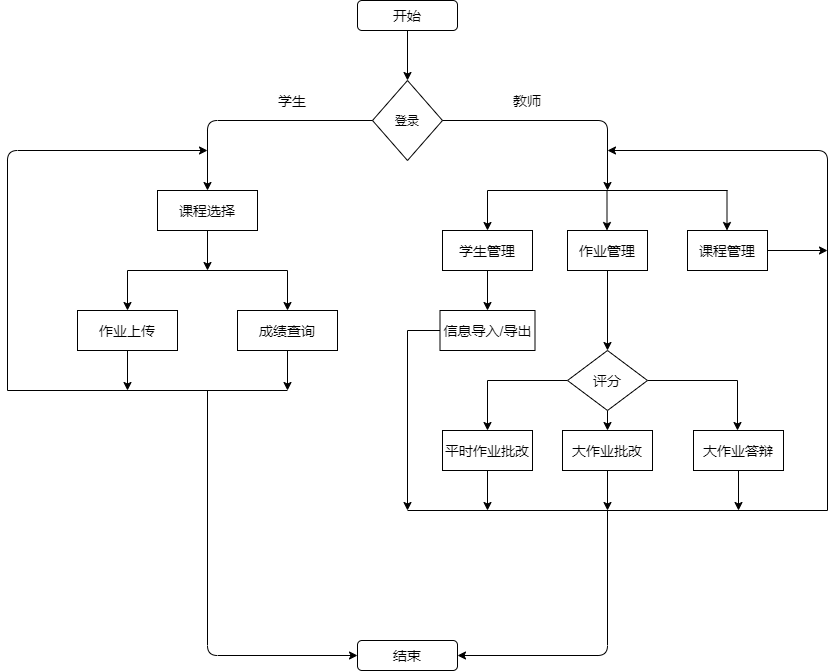
Before: flowchart.png, a diagram exported from draw.io (TouchFishBoys/WorkManagerServerJ). Source tidied: cells renumbered, new cells last; positions are measured from the earlier drawing's top-left corner, leaving out a move shared by most shapes.
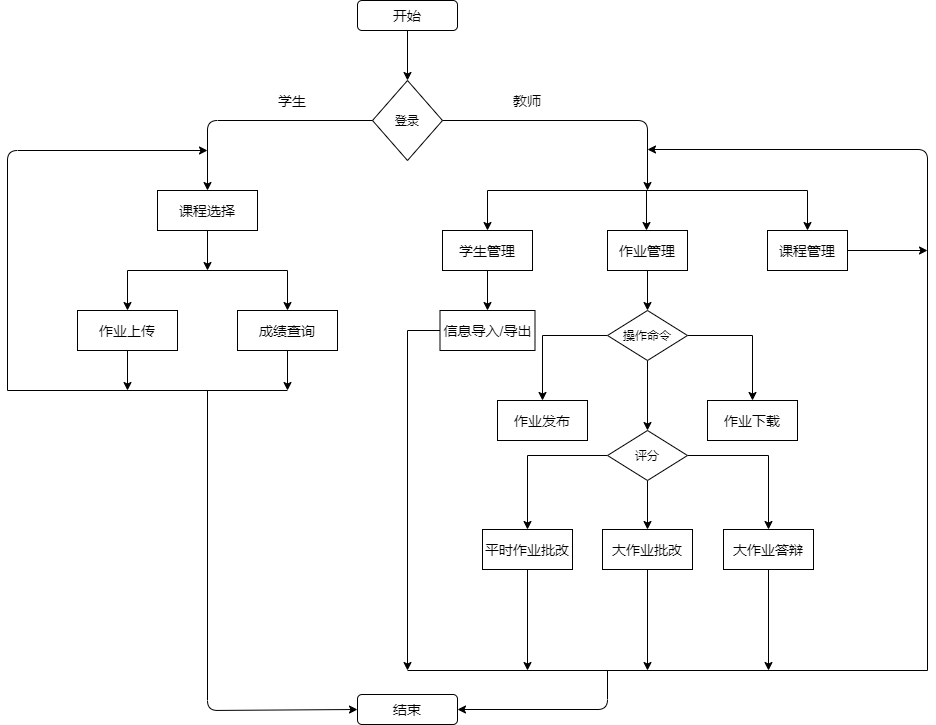
After the change.

Commit message:
update flow chart

Change to the diagram source:
```diff
@@ -20,9 +20,9 @@
     </mxCell>
     <mxCell id="5" style="endArrow=classic;html=1;exitX=1;exitY=0.5;exitDx=0;exitDy=0;" parent="1" edge="1" source="2">
       <mxGeometry relative="1" as="geometry">
-        <mxPoint x="600" y="190" as="targetPoint" />
+        <mxPoint x="640" y="190" as="targetPoint" />
         <Array as="points">
-          <mxPoint x="600" y="120" />
+          <mxPoint x="640" y="120" />
         </Array>
       </mxGeometry>
     </mxCell>
@@ -38,22 +38,22 @@
     <mxCell id="9" style="endArrow=none;html=1;fontSize=14;" parent="1" edge="1">
       <mxGeometry relative="1" as="geometry">
         <mxPoint x="480" y="190" as="sourcePoint" />
-        <mxPoint x="720" y="190" as="targetPoint" />
+        <mxPoint x="800" y="190" as="targetPoint" />
       </mxGeometry>
     </mxCell>
     <mxCell id="10" value="学生管理" style="rounded=0;whiteSpace=wrap;html=1;strokeColor=#000000;fillColor=#FFFFFF;fontSize=14;" parent="1" vertex="1">
       <mxGeometry x="435" y="230" width="90" height="40" as="geometry" />
     </mxCell>
     <mxCell id="11" value="作业管理" style="rounded=0;whiteSpace=wrap;html=1;strokeColor=#000000;fillColor=#FFFFFF;fontSize=14;" parent="1" vertex="1">
-      <mxGeometry x="560" y="230" width="80" height="40" as="geometry" />
+      <mxGeometry x="600" y="230" width="80" height="40" as="geometry" />
     </mxCell>
-    <mxCell id="12" style="edgeStyle=orthogonalEdgeStyle;rounded=0;jettySize=auto;html=1;exitX=1;exitY=0.5;exitDx=0;exitDy=0;fontSize=14;" parent="1" edge="1" source="13">
-      <mxGeometry relative="1" as="geometry">
-        <mxPoint x="820" y="250" as="targetPoint" />
-      </mxGeometry>
-    </mxCell>
+    <mxCell id="47" style="edgeStyle=orthogonalEdgeStyle;rounded=0;jettySize=auto;html=1;exitX=1;exitY=0.5;exitDx=0;exitDy=0;" parent="1" edge="1" source="13">
+      <mxGeometry relative="1" as="geometry">
+        <mxPoint x="920" y="250" as="targetPoint" />
+      </mxGeometry>
+    </mxCell>
     <mxCell id="13" value="课程管理" style="rounded=0;whiteSpace=wrap;html=1;strokeColor=#000000;fillColor=#FFFFFF;fontSize=14;" parent="1" vertex="1">
-      <mxGeometry x="680" y="230" width="80" height="40" as="geometry" />
+      <mxGeometry x="760" y="230" width="80" height="40" as="geometry" />
     </mxCell>
     <mxCell id="14" style="endArrow=classic;html=1;fontSize=14;exitX=0.5;exitY=1;exitDx=0;exitDy=0;" parent="1" edge="1" source="10">
       <mxGeometry relative="1" as="geometry">
@@ -62,7 +62,7 @@
     </mxCell>
     <mxCell id="15" style="edgeStyle=orthogonalEdgeStyle;rounded=0;jettySize=auto;html=1;exitX=0;exitY=0.5;exitDx=0;exitDy=0;fontSize=14;" parent="1" edge="1" source="16">
       <mxGeometry relative="1" as="geometry">
-        <mxPoint x="400" y="510" as="targetPoint" />
+        <mxPoint x="400" y="670" as="targetPoint" />
       </mxGeometry>
     </mxCell>
     <mxCell id="16" value="信息导入/导出" style="rounded=0;whiteSpace=wrap;html=1;strokeColor=#000000;fillColor=#FFFFFF;fontSize=14;" parent="1" vertex="1">
@@ -70,72 +70,56 @@
     </mxCell>
     <mxCell id="17" style="endArrow=classic;html=1;fontSize=14;exitX=0.5;exitY=1;exitDx=0;exitDy=0;" parent="1" edge="1" source="11">
       <mxGeometry relative="1" as="geometry">
-        <mxPoint x="600" y="350" as="targetPoint" />
+        <mxPoint x="640" y="310" as="targetPoint" />
       </mxGeometry>
     </mxCell>
-    <mxCell id="18" style="edgeStyle=orthogonalEdgeStyle;rounded=0;jettySize=auto;html=1;exitX=0.5;exitY=1;exitDx=0;exitDy=0;fontSize=14;" parent="1" edge="1" source="21">
-      <mxGeometry relative="1" as="geometry">
-        <mxPoint x="600" y="430" as="targetPoint" />
-      </mxGeometry>
-    </mxCell>
-    <mxCell id="19" style="edgeStyle=orthogonalEdgeStyle;rounded=0;jettySize=auto;html=1;exitX=1;exitY=0.5;exitDx=0;exitDy=0;fontSize=14;" parent="1" edge="1" source="21">
-      <mxGeometry relative="1" as="geometry">
-        <mxPoint x="730" y="430" as="targetPoint" />
-      </mxGeometry>
-    </mxCell>
-    <mxCell id="20" style="edgeStyle=orthogonalEdgeStyle;rounded=0;jettySize=auto;html=1;exitX=0;exitY=0.5;exitDx=0;exitDy=0;entryX=0.5;entryY=0;entryDx=0;entryDy=0;fontSize=14;" parent="1" edge="1" source="21" target="23">
-      <mxGeometry relative="1" as="geometry" />
-    </mxCell>
-    <mxCell id="21" value="评分" style="rhombus;whiteSpace=wrap;html=1;strokeColor=#000000;fillColor=#FFFFFF;fontSize=14;" parent="1" vertex="1">
-      <mxGeometry x="560" y="350" width="80" height="60" as="geometry" />
-    </mxCell>
-    <mxCell id="22" style="edgeStyle=orthogonalEdgeStyle;rounded=0;jettySize=auto;html=1;exitX=0.5;exitY=1;exitDx=0;exitDy=0;fontSize=14;" parent="1" edge="1" source="23">
-      <mxGeometry relative="1" as="geometry">
-        <mxPoint x="480" y="510" as="targetPoint" />
-      </mxGeometry>
-    </mxCell>
+    <mxCell id="48" style="edgeStyle=orthogonalEdgeStyle;rounded=0;jettySize=auto;html=1;exitX=0.5;exitY=1;exitDx=0;exitDy=0;" parent="1" edge="1" source="23">
+      <mxGeometry relative="1" as="geometry">
+        <mxPoint x="520" y="670" as="targetPoint" />
+      </mxGeometry>
+    </mxCell>
     <mxCell id="23" value="平时作业批改" style="rounded=0;whiteSpace=wrap;html=1;strokeColor=#000000;fillColor=#FFFFFF;fontSize=14;" parent="1" vertex="1">
-      <mxGeometry x="435" y="430" width="90" height="40" as="geometry" />
+      <mxGeometry x="475" y="529" width="90" height="40" as="geometry" />
     </mxCell>
-    <mxCell id="24" style="edgeStyle=orthogonalEdgeStyle;rounded=0;jettySize=auto;html=1;exitX=0.5;exitY=1;exitDx=0;exitDy=0;fontSize=14;" parent="1" edge="1" source="25">
-      <mxGeometry relative="1" as="geometry">
-        <mxPoint x="600" y="510" as="targetPoint" />
-      </mxGeometry>
-    </mxCell>
+    <mxCell id="49" style="edgeStyle=orthogonalEdgeStyle;rounded=0;jettySize=auto;html=1;exitX=0.5;exitY=1;exitDx=0;exitDy=0;" parent="1" edge="1" source="25">
+      <mxGeometry relative="1" as="geometry">
+        <mxPoint x="640" y="670" as="targetPoint" />
+      </mxGeometry>
+    </mxCell>
     <mxCell id="25" value="大作业批改" style="rounded=0;whiteSpace=wrap;html=1;strokeColor=#000000;fillColor=#FFFFFF;fontSize=14;" parent="1" vertex="1">
-      <mxGeometry x="555" y="430" width="90" height="40" as="geometry" />
+      <mxGeometry x="595" y="529" width="90" height="40" as="geometry" />
     </mxCell>
-    <mxCell id="26" style="edgeStyle=orthogonalEdgeStyle;rounded=0;jettySize=auto;html=1;exitX=0.5;exitY=1;exitDx=0;exitDy=0;fontSize=14;" parent="1" edge="1" source="27">
-      <mxGeometry relative="1" as="geometry">
-        <mxPoint x="731" y="510" as="targetPoint" />
-      </mxGeometry>
-    </mxCell>
+    <mxCell id="50" style="edgeStyle=orthogonalEdgeStyle;rounded=0;jettySize=auto;html=1;exitX=0.5;exitY=1;exitDx=0;exitDy=0;" parent="1" edge="1" source="27">
+      <mxGeometry relative="1" as="geometry">
+        <mxPoint x="761" y="670" as="targetPoint" />
+      </mxGeometry>
+    </mxCell>
     <mxCell id="27" value="大作业答辩" style="rounded=0;whiteSpace=wrap;html=1;strokeColor=#000000;fillColor=#FFFFFF;fontSize=14;" parent="1" vertex="1">
-      <mxGeometry x="686" y="430" width="90" height="40" as="geometry" />
+      <mxGeometry x="716" y="529" width="90" height="40" as="geometry" />
     </mxCell>
     <mxCell id="28" value="结束" style="rounded=1;whiteSpace=wrap;html=1;strokeColor=#000000;fillColor=#FFFFFF;fontSize=14;" parent="1" vertex="1">
-      <mxGeometry x="350" y="640" width="100" height="30" as="geometry" />
+      <mxGeometry x="350" y="694" width="100" height="30" as="geometry" />
     </mxCell>
     <mxCell id="29" style="endArrow=none;html=1;fontSize=14;" parent="1" edge="1">
       <mxGeometry relative="1" as="geometry">
-        <mxPoint x="400" y="510" as="sourcePoint" />
-        <mxPoint x="820" y="510" as="targetPoint" />
+        <mxPoint x="400" y="670" as="sourcePoint" />
+        <mxPoint x="920" y="670" as="targetPoint" />
       </mxGeometry>
     </mxCell>
     <mxCell id="30" style="endArrow=classic;html=1;fontSize=14;" parent="1" edge="1">
       <mxGeometry relative="1" as="geometry">
-        <mxPoint x="820" y="510" as="sourcePoint" />
-        <mxPoint x="600" y="150" as="targetPoint" />
+        <mxPoint x="920" y="670" as="sourcePoint" />
+        <mxPoint x="640" y="149" as="targetPoint" />
         <Array as="points">
-          <mxPoint x="820" y="150" />
+          <mxPoint x="920" y="149" />
         </Array>
       </mxGeometry>
     </mxCell>
     <mxCell id="31" style="endArrow=classic;html=1;fontSize=14;entryX=1;entryY=0.5;entryDx=0;entryDy=0;" parent="1" edge="1" target="28">
       <mxGeometry relative="1" as="geometry">
-        <mxPoint x="600" y="510" as="sourcePoint" />
+        <mxPoint x="600" y="670" as="sourcePoint" />
         <Array as="points">
-          <mxPoint x="600" y="655" />
+          <mxPoint x="600" y="709" />
         </Array>
       </mxGeometry>
     </mxCell>
@@ -146,14 +130,14 @@
     </mxCell>
     <mxCell id="33" style="endArrow=classic;html=1;fontSize=14;entryX=0.5;entryY=0;entryDx=0;entryDy=0;" parent="1" edge="1">
       <mxGeometry relative="1" as="geometry">
-        <mxPoint x="599.5" y="190" as="sourcePoint" />
-        <mxPoint x="599.5" y="230" as="targetPoint" />
+        <mxPoint x="639" y="190" as="sourcePoint" />
+        <mxPoint x="639" y="230" as="targetPoint" />
       </mxGeometry>
     </mxCell>
     <mxCell id="34" style="endArrow=classic;html=1;fontSize=14;entryX=0.5;entryY=0;entryDx=0;entryDy=0;" parent="1" edge="1">
       <mxGeometry relative="1" as="geometry">
-        <mxPoint x="719.5" y="190" as="sourcePoint" />
-        <mxPoint x="719.5" y="230" as="targetPoint" />
+        <mxPoint x="800" y="190" as="sourcePoint" />
+        <mxPoint x="800" y="230" as="targetPoint" />
       </mxGeometry>
     </mxCell>
     <mxCell id="35" style="edgeStyle=orthogonalEdgeStyle;rounded=0;jettySize=auto;html=1;exitX=0.5;exitY=1;exitDx=0;exitDy=0;fontSize=14;" parent="1" edge="1" source="36">
@@ -191,7 +175,7 @@
       <mxGeometry relative="1" as="geometry">
         <mxPoint x="200" y="390" as="sourcePoint" />
         <Array as="points">
-          <mxPoint x="200" y="655" />
+          <mxPoint x="200" y="710" />
         </Array>
       </mxGeometry>
     </mxCell>
@@ -219,5 +203,35 @@
         <mxPoint x="280" y="270" as="sourcePoint" />
       </mxGeometry>
     </mxCell>
+    <mxCell id="51" style="edgeStyle=orthogonalEdgeStyle;rounded=0;jettySize=auto;html=1;exitX=0.5;exitY=1;exitDx=0;exitDy=0;entryX=0.5;entryY=0;entryDx=0;entryDy=0;" parent="1" edge="1" source="54" target="21">
+      <mxGeometry relative="1" as="geometry" />
+    </mxCell>
+    <mxCell id="52" style="edgeStyle=orthogonalEdgeStyle;rounded=0;jettySize=auto;html=1;exitX=0;exitY=0.5;exitDx=0;exitDy=0;entryX=0.5;entryY=0;entryDx=0;entryDy=0;" parent="1" edge="1" source="54" target="57">
+      <mxGeometry relative="1" as="geometry" />
+    </mxCell>
+    <mxCell id="53" style="edgeStyle=orthogonalEdgeStyle;rounded=0;jettySize=auto;html=1;exitX=1;exitY=0.5;exitDx=0;exitDy=0;entryX=0.5;entryY=0;entryDx=0;entryDy=0;" parent="1" edge="1" source="54" target="58">
+      <mxGeometry relative="1" as="geometry" />
+    </mxCell>
+    <mxCell id="54" value="操作命令" style="rhombus;whiteSpace=wrap;html=1;" parent="1" vertex="1">
+      <mxGeometry x="600" y="310" width="80" height="50" as="geometry" />
+    </mxCell>
+    <mxCell id="55" style="edgeStyle=orthogonalEdgeStyle;rounded=0;jettySize=auto;html=1;exitX=0.5;exitY=1;exitDx=0;exitDy=0;entryX=0.5;entryY=0;entryDx=0;entryDy=0;" parent="1" edge="1" source="21" target="25">
+      <mxGeometry relative="1" as="geometry" />
+    </mxCell>
+    <mxCell id="20" style="edgeStyle=orthogonalEdgeStyle;rounded=0;jettySize=auto;html=1;exitX=0;exitY=0.5;exitDx=0;exitDy=0;entryX=0.5;entryY=0;entryDx=0;entryDy=0;" parent="1" edge="1" source="21" target="23">
+      <mxGeometry relative="1" as="geometry" />
+    </mxCell>
+    <mxCell id="56" style="edgeStyle=orthogonalEdgeStyle;rounded=0;jettySize=auto;html=1;exitX=1;exitY=0.5;exitDx=0;exitDy=0;entryX=0.5;entryY=0;entryDx=0;entryDy=0;" parent="1" edge="1" source="21" target="27">
+      <mxGeometry relative="1" as="geometry" />
+    </mxCell>
+    <mxCell id="21" value="评分" style="rhombus;whiteSpace=wrap;html=1;" parent="1" vertex="1">
+      <mxGeometry x="600" y="430" width="80" height="50" as="geometry" />
+    </mxCell>
+    <mxCell id="57" value="作业发布" style="rounded=0;whiteSpace=wrap;html=1;strokeColor=#000000;fillColor=#FFFFFF;fontSize=14;" parent="1" vertex="1">
+      <mxGeometry x="490" y="400" width="90" height="40" as="geometry" />
+    </mxCell>
+    <mxCell id="58" value="作业下载" style="rounded=0;whiteSpace=wrap;html=1;strokeColor=#000000;fillColor=#FFFFFF;fontSize=14;" parent="1" vertex="1">
+      <mxGeometry x="700" y="400" width="90" height="40" as="geometry" />
+    </mxCell>
   </root>
 </mxGraphModel>
```
